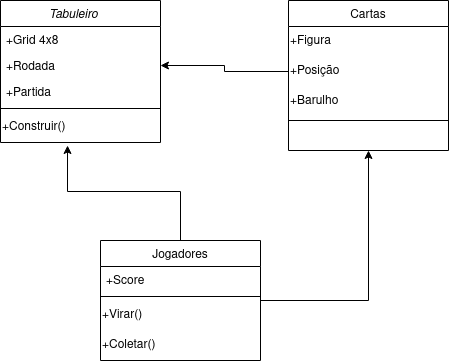
FelipeRibeirooo/Entrega-03-OO-UML keeps this draw.io diagram as Diagrama de Classes.drawio.png. Above is the earlier version. Source tidied: cells renumbered, new cells last; positions are measured from the earlier drawing's top-left corner, leaving out a move shared by most shapes.
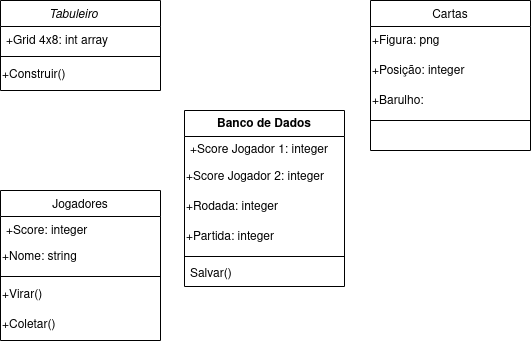
After the commit.

Diff of the diagram source:
```diff
@@ -3,61 +3,70 @@
     <mxCell id="0" />
     <mxCell id="1" parent="0" />
     <mxCell id="2" value="Tabuleiro    " style="swimlane;fontStyle=2;align=center;verticalAlign=top;horizontal=1;startSize=26;rounded=0;shadow=0;strokeWidth=1;" parent="1" vertex="1">
-      <mxGeometry width="160" height="142" as="geometry" />
+      <mxGeometry x="-70" y="30" width="160" height="90" as="geometry" />
     </mxCell>
-    <mxCell id="3" value="+Grid 4x8" style="text;align=left;verticalAlign=top;spacingLeft=4;spacingRight=4;overflow=hidden;" parent="2" vertex="1">
+    <mxCell id="3" value="+Grid 4x8: int array" style="text;align=left;verticalAlign=top;spacingLeft=4;spacingRight=4;overflow=hidden;" parent="2" vertex="1">
       <mxGeometry y="26" width="160" height="26" as="geometry" />
     </mxCell>
-    <mxCell id="4" value="+Rodada" style="text;align=left;verticalAlign=top;spacingLeft=4;spacingRight=4;overflow=hidden;points=[[0,0.5],[1,0.5]];portConstraint=eastwest;rounded=0;shadow=0;html=0;" parent="2" vertex="1">
-      <mxGeometry y="52" width="160" height="26" as="geometry" />
-    </mxCell>
-    <mxCell id="5" value="+Partida" style="text;align=left;verticalAlign=top;spacingLeft=4;spacingRight=4;overflow=hidden;rounded=0;shadow=0;html=0;" parent="2" vertex="1">
-      <mxGeometry y="78" width="160" height="26" as="geometry" />
-    </mxCell>
     <mxCell id="6" style="line;html=1;strokeWidth=1;align=left;verticalAlign=middle;spacingTop=-1;spacingLeft=3;spacingRight=3;labelPosition=right;" parent="2" vertex="1">
-      <mxGeometry y="104" width="160" height="8" as="geometry" />
+      <mxGeometry y="52" width="160" height="8" as="geometry" />
     </mxCell>
     <mxCell id="7" value="&lt;div align=&quot;left&quot;&gt;+Construir()&lt;/div&gt;" style="text;html=1;align=left;verticalAlign=middle;points=[];strokeColor=none;fillColor=none;" parent="2" vertex="1">
-      <mxGeometry y="112" width="160" height="30" as="geometry" />
+      <mxGeometry y="60" width="160" height="30" as="geometry" />
     </mxCell>
-    <mxCell id="8" style="edgeStyle=orthogonalEdgeStyle;rounded=0;jettySize=auto;html=1;entryX=0.5;entryY=1;entryDx=0;entryDy=0;" parent="1" edge="1" source="9" target="14">
-      <mxGeometry relative="1" as="geometry" />
-    </mxCell>
     <mxCell id="9" value="Jogadores" style="swimlane;fontStyle=0;align=center;verticalAlign=top;horizontal=1;startSize=26;rounded=0;shadow=0;strokeWidth=1;" parent="1" vertex="1">
-      <mxGeometry x="100" y="240" width="160" height="120" as="geometry" />
+      <mxGeometry x="-70" y="220" width="160" height="150" as="geometry" />
     </mxCell>
-    <mxCell id="10" value="+Score" style="text;align=left;verticalAlign=top;spacingLeft=4;spacingRight=4;overflow=hidden;" parent="9" vertex="1">
+    <mxCell id="10" value="+Score: integer" style="text;align=left;verticalAlign=top;spacingLeft=4;spacingRight=4;overflow=hidden;" parent="9" vertex="1">
       <mxGeometry y="26" width="160" height="26" as="geometry" />
     </mxCell>
+    <mxCell id="21" value="&lt;div align=&quot;left&quot;&gt;+Nome: string &lt;br&gt;&lt;/div&gt;" style="text;html=1;strokeColor=none;fillColor=none;align=left;verticalAlign=middle;whiteSpace=wrap;rounded=0;" parent="9" vertex="1">
+      <mxGeometry y="52" width="160" height="30" as="geometry" />
+    </mxCell>
     <mxCell id="11" style="line;html=1;strokeWidth=1;align=left;verticalAlign=middle;spacingTop=-1;spacingLeft=3;spacingRight=3;labelPosition=right;" parent="9" vertex="1">
-      <mxGeometry y="52" width="160" height="8" as="geometry" />
+      <mxGeometry y="82" width="160" height="8" as="geometry" />
     </mxCell>
     <mxCell id="12" value="+Virar()" style="text;html=1;align=left;verticalAlign=middle;strokeColor=none;fillColor=none;" parent="9" vertex="1">
-      <mxGeometry y="60" width="160" height="30" as="geometry" />
+      <mxGeometry y="90" width="160" height="30" as="geometry" />
     </mxCell>
     <mxCell id="13" value="+Coletar()" style="text;html=1;align=left;verticalAlign=middle;strokeColor=none;fillColor=none;" parent="9" vertex="1">
-      <mxGeometry y="90" width="160" height="30" as="geometry" />
+      <mxGeometry y="120" width="160" height="30" as="geometry" />
     </mxCell>
     <mxCell id="14" value="Cartas" style="swimlane;fontStyle=0;align=center;verticalAlign=top;horizontal=1;startSize=26;rounded=0;shadow=0;strokeWidth=1;" parent="1" vertex="1">
-      <mxGeometry x="288" width="160" height="150" as="geometry" />
+      <mxGeometry x="300" y="30" width="160" height="150" as="geometry" />
     </mxCell>
-    <mxCell id="15" value="&lt;div align=&quot;left&quot;&gt;+Figura&lt;/div&gt;" style="text;html=1;strokeColor=none;fillColor=none;align=left;verticalAlign=middle;whiteSpace=wrap;rounded=0;" parent="14" vertex="1">
+    <mxCell id="15" value="&lt;div align=&quot;left&quot;&gt;+Figura: png&lt;br&gt;&lt;/div&gt;" style="text;html=1;strokeColor=none;fillColor=none;align=left;verticalAlign=middle;whiteSpace=wrap;rounded=0;" parent="14" vertex="1">
       <mxGeometry y="26" width="160" height="30" as="geometry" />
     </mxCell>
-    <mxCell id="16" value="&lt;div align=&quot;left&quot;&gt;+Posição&lt;/div&gt;" style="text;html=1;strokeColor=none;fillColor=none;align=left;verticalAlign=middle;whiteSpace=wrap;rounded=0;" parent="14" vertex="1">
+    <mxCell id="16" value="&lt;div align=&quot;left&quot;&gt;+Posição: integer&lt;br&gt;&lt;/div&gt;" style="text;html=1;strokeColor=none;fillColor=none;align=left;verticalAlign=middle;whiteSpace=wrap;rounded=0;" parent="14" vertex="1">
       <mxGeometry y="56" width="160" height="30" as="geometry" />
     </mxCell>
-    <mxCell id="17" value="&lt;div align=&quot;left&quot;&gt;+Barulho&lt;/div&gt;" style="text;html=1;strokeColor=none;fillColor=none;align=left;verticalAlign=middle;whiteSpace=wrap;rounded=0;" parent="14" vertex="1">
+    <mxCell id="17" value="&lt;div align=&quot;left&quot;&gt;+Barulho: &lt;br&gt;&lt;/div&gt;" style="text;html=1;strokeColor=none;fillColor=none;align=left;verticalAlign=middle;whiteSpace=wrap;rounded=0;" parent="14" vertex="1">
       <mxGeometry y="86" width="160" height="30" as="geometry" />
     </mxCell>
     <mxCell id="18" style="line;html=1;strokeWidth=1;align=left;verticalAlign=middle;spacingTop=-1;spacingLeft=3;spacingRight=3;labelPosition=right;" parent="14" vertex="1">
       <mxGeometry y="116" width="160" height="8" as="geometry" />
     </mxCell>
-    <mxCell id="19" style="edgeStyle=orthogonalEdgeStyle;rounded=0;jettySize=auto;html=1;entryX=1;entryY=0.5;entryDx=0;entryDy=0;" parent="1" edge="1" source="16" target="4">
-      <mxGeometry relative="1" as="geometry" />
-    </mxCell>
-    <mxCell id="20" style="edgeStyle=orthogonalEdgeStyle;rounded=0;jettySize=auto;html=1;entryX=0.419;entryY=1.1;entryDx=0;entryDy=0;entryPerimeter=0;" parent="1" edge="1" source="9" target="7">
-      <mxGeometry relative="1" as="geometry" />
-    </mxCell>
+    <mxCell id="22" value="Banco de Dados" style="swimlane;fontStyle=1;align=center;verticalAlign=top;horizontal=1;startSize=26;whiteSpace=wrap;html=1;" parent="1" vertex="1">
+      <mxGeometry x="114" y="140" width="160" height="176" as="geometry" />
+    </mxCell>
+    <mxCell id="23" value="&lt;div&gt;+Score Jogador 1: integer &lt;br&gt;&lt;/div&gt;" style="text;strokeColor=none;fillColor=none;align=left;verticalAlign=top;spacingLeft=4;spacingRight=4;overflow=hidden;whiteSpace=wrap;html=1;" parent="22" vertex="1">
+      <mxGeometry y="26" width="160" height="26" as="geometry" />
+    </mxCell>
+    <mxCell id="24" value="&lt;div align=&quot;left&quot;&gt;+Score Jogador 2: integer&lt;br&gt;&lt;/div&gt;" style="text;html=1;strokeColor=none;fillColor=none;align=left;verticalAlign=middle;whiteSpace=wrap;rounded=0;" parent="22" vertex="1">
+      <mxGeometry y="52" width="160" height="30" as="geometry" />
+    </mxCell>
+    <mxCell id="25" value="+Rodada: integer" style="text;html=1;strokeColor=none;fillColor=none;align=left;verticalAlign=middle;whiteSpace=wrap;rounded=0;" parent="22" vertex="1">
+      <mxGeometry y="82" width="160" height="30" as="geometry" />
+    </mxCell>
+    <mxCell id="26" value="&lt;div align=&quot;left&quot;&gt;+Partida: integer&lt;br&gt;&lt;/div&gt;" style="text;html=1;strokeColor=none;fillColor=none;align=left;verticalAlign=middle;whiteSpace=wrap;rounded=0;" parent="22" vertex="1">
+      <mxGeometry y="112" width="160" height="30" as="geometry" />
+    </mxCell>
+    <mxCell id="27" style="line;strokeWidth=1;fillColor=none;align=left;verticalAlign=middle;spacingTop=-1;spacingLeft=3;spacingRight=3;labelPosition=right;strokeColor=inherit;" parent="22" vertex="1">
+      <mxGeometry y="142" width="160" height="8" as="geometry" />
+    </mxCell>
+    <mxCell id="28" value="Salvar()" style="text;strokeColor=none;fillColor=none;align=left;verticalAlign=top;spacingLeft=4;spacingRight=4;overflow=hidden;whiteSpace=wrap;html=1;" parent="22" vertex="1">
+      <mxGeometry y="150" width="160" height="26" as="geometry" />
+    </mxCell>
   </root>
 </mxGraphModel>
```
